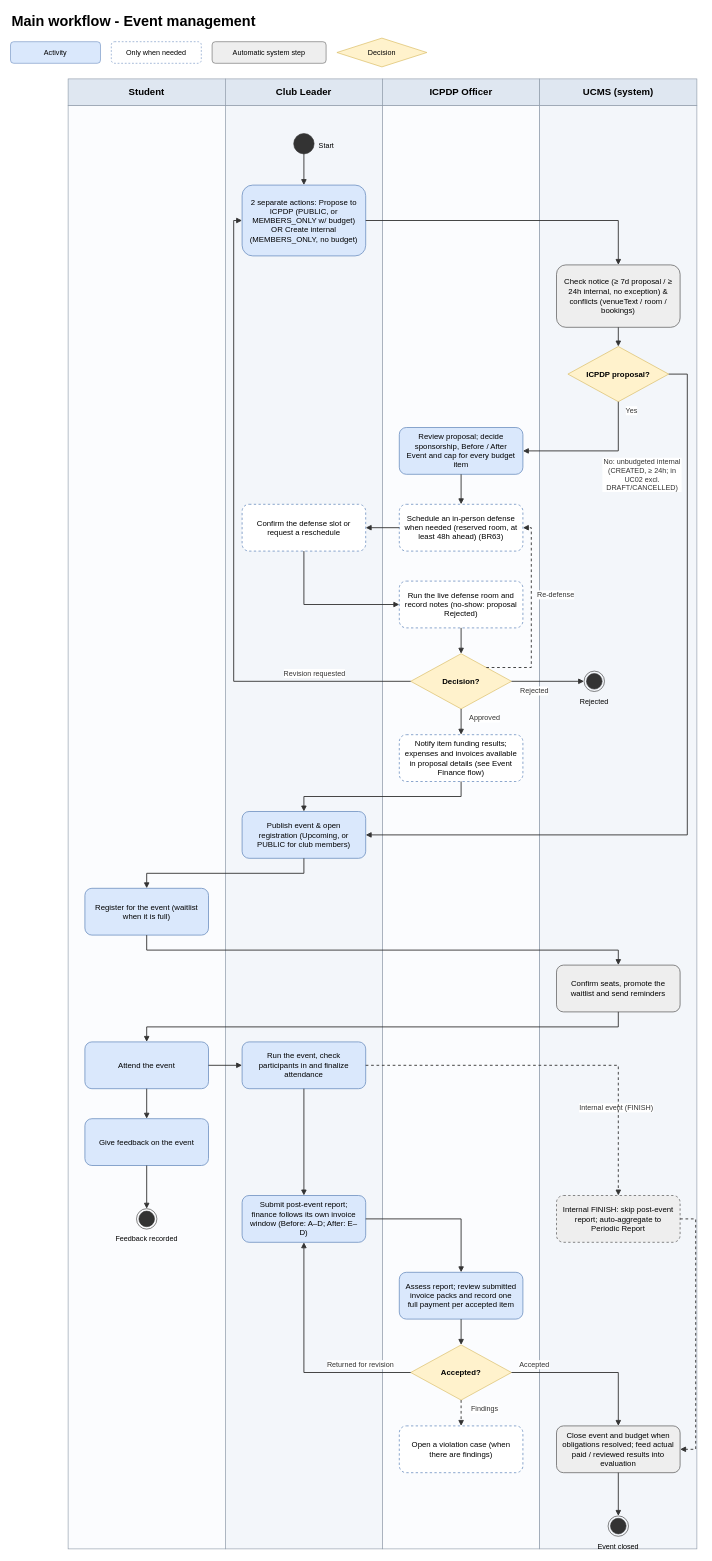
This is page "07 Event management" (7 of 7) of docs/03-diagrams/UCMS_Main_Workflow.drawio from nvdekay/ClubManagementSystem, a draw.io file, before an edit. Source tidied: cells renumbered, new cells numbered last; positions are measured from the earlier drawing's top-left corner, leaving out a move shared by most shapes. Both pictures are drawn from the tidied source at 60%, with x=0, y=0 at pixel (10, 10).
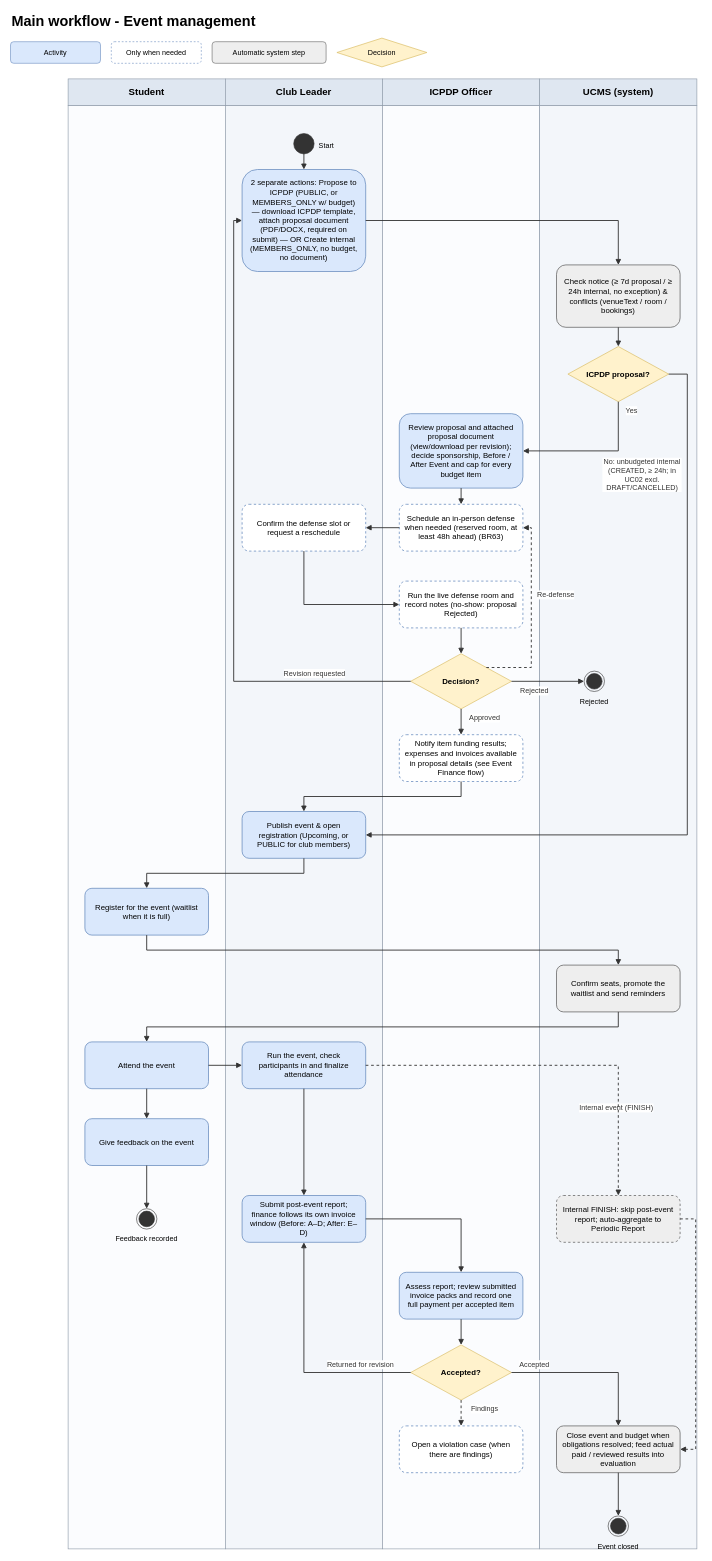
The same page after the edit.

The edit, as a diff of the source:
```diff
@@
-    <mxCell id="17" value="2 separate actions: Propose to ICPDP (PUBLIC, or MEMBERS_ONLY w/ budget) OR Create internal (MEMBERS_ONLY, no budget)" style="rounded=1;whiteSpace=wrap;html=1;fillColor=#dae8fc;strokeColor=#6c8ebf;fontSize=13;strokeWidth=1.3;spacing=10;" parent="1" vertex="1">
-      <mxGeometry x="386" y="291" width="206" height="118" as="geometry" />
+    <mxCell id="17" value="2 separate actions: Propose to ICPDP (PUBLIC, or MEMBERS_ONLY w/ budget) — download ICPDP template, attach proposal document (PDF/DOCX, required on submit) — OR Create internal (MEMBERS_ONLY, no budget, no document)" style="rounded=1;whiteSpace=wrap;html=1;fillColor=#dae8fc;strokeColor=#6c8ebf;fontSize=13;strokeWidth=1.3;spacing=10;" parent="1" vertex="1">
+      <mxGeometry x="386" y="265" width="206" height="170" as="geometry" />
     </mxCell>
@@
-    <mxCell id="20" value="Review proposal; decide sponsorship, Before / After Event and cap for every budget item" style="rounded=1;whiteSpace=wrap;html=1;fillColor=#dae8fc;strokeColor=#6c8ebf;fontSize=13;strokeWidth=1.3;spacing=10;" parent="1" vertex="1">
-      <mxGeometry x="648" y="695" width="206" height="78" as="geometry" />
+    <mxCell id="20" value="Review proposal and attached proposal document (view/download per revision); decide sponsorship, Before / After Event and cap for every budget item" style="rounded=1;whiteSpace=wrap;html=1;fillColor=#dae8fc;strokeColor=#6c8ebf;fontSize=13;strokeWidth=1.3;spacing=10;" parent="1" vertex="1">
+      <mxGeometry x="648" y="672" width="206" height="124" as="geometry" />
     </mxCell>
```
